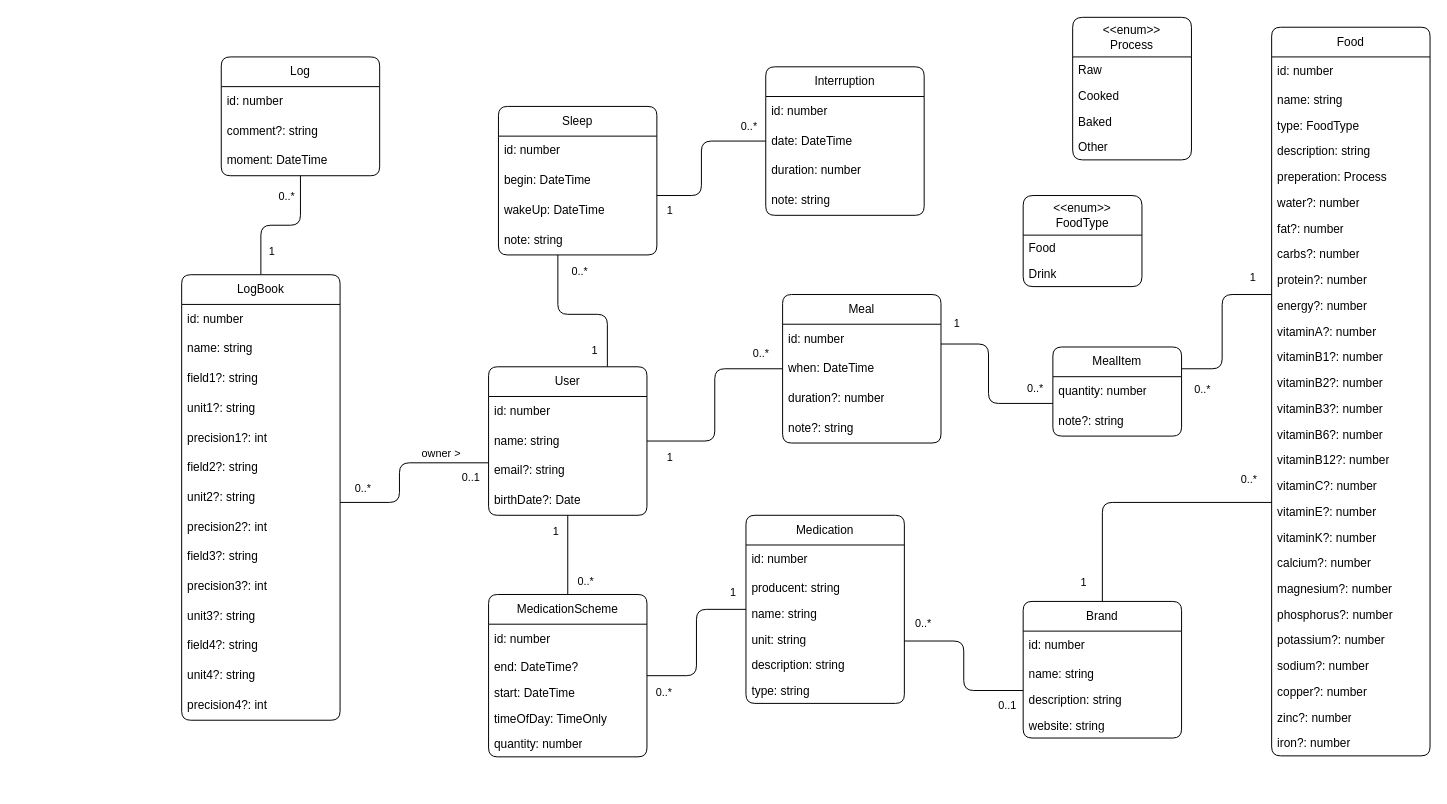
Before: page "Domain" (1 of 3) of doc/medikojs.drawio in rafalhogent/medikoJs, a draw.io diagram. Source tidied: cells renumbered, new cells numbered last; positions are measured from the earlier drawing's top-left corner, leaving out a move shared by most shapes. Both pictures are drawn from the tidied source at 99%, with x=0, y=0 at pixel (181, 17).
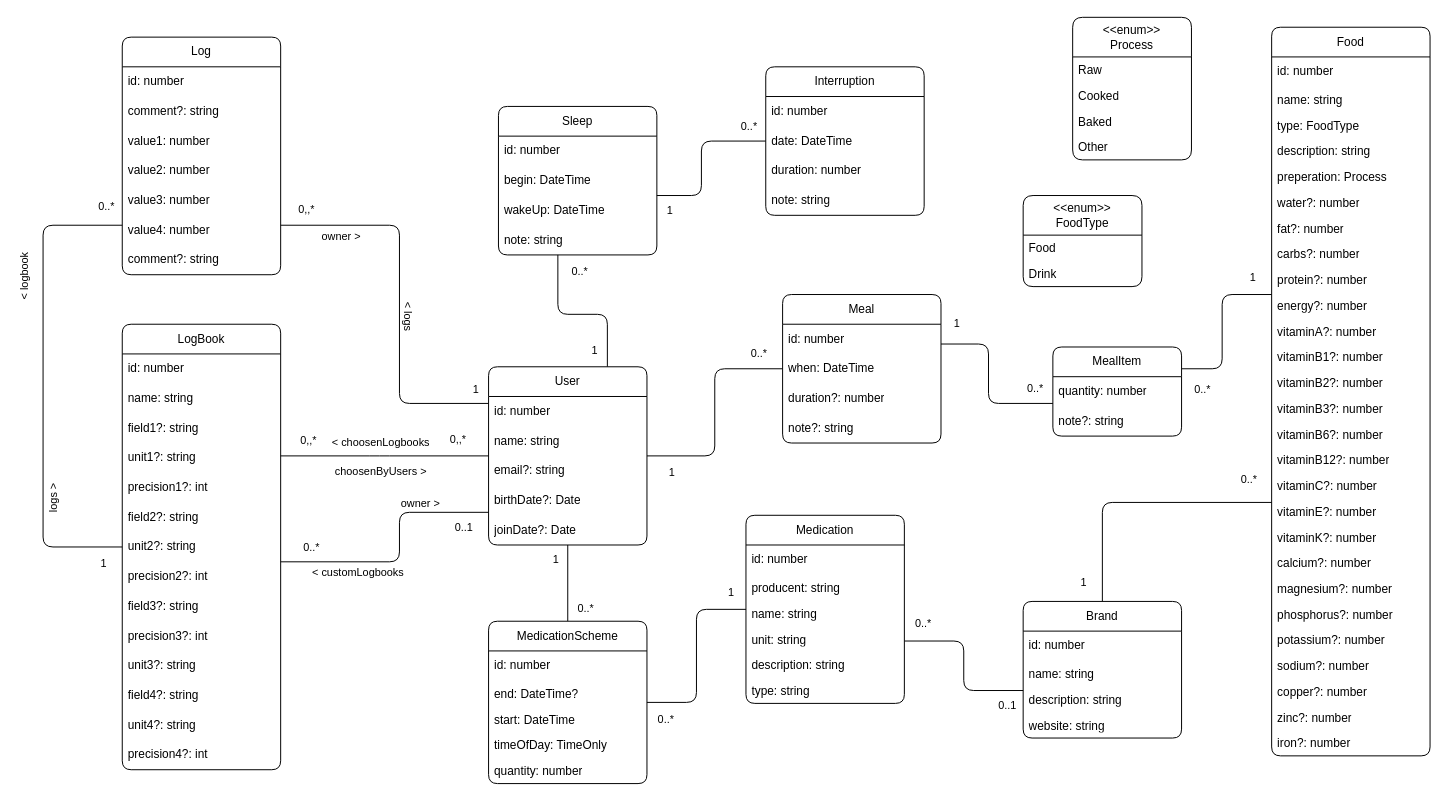
The same diagram, later.

What changed in the source:
```diff
@@
     <mxCell id="2" style="edgeStyle=orthogonalEdgeStyle;rounded=1;jettySize=auto;html=1;endArrow=none;startArrow=none;startFill=0;endFill=0;endSize=10;startSize=10;" parent="1" edge="1" source="15" target="23">
       <mxGeometry relative="1" as="geometry">
         <Array as="points">
-          <mxPoint x="220" y="450" />
-          <mxPoint x="220" y="490" />
+          <mxPoint x="220" y="500" />
+          <mxPoint x="220" y="550" />
         </Array>
       </mxGeometry>
     </mxCell>
@@
+    <mxCell id="132" value="&amp;lt; customLogbooks" style="edgeLabel;html=1;align=center;verticalAlign=middle;" parent="2" vertex="1">
+      <mxGeometry x="0.41" y="-1" relative="1" as="geometry">
+        <mxPoint y="11" as="offset" />
+      </mxGeometry>
+    </mxCell>
@@
     <mxCell id="15" value="User" style="swimlane;fontStyle=0;horizontal=1;startSize=30;whiteSpace=wrap;html=1;arcSize=10;comic=0;rounded=1;" parent="1" vertex="1">
-      <mxGeometry x="310" y="353" width="160" height="150" as="geometry" />
+      <mxGeometry x="310" y="353" width="160" height="180" as="geometry" />
     </mxCell>
@@
+    <mxCell id="133" value="joinDate?: Date" style="text;strokeColor=none;fillColor=none;align=left;verticalAlign=middle;spacingLeft=4;spacingRight=4;overflow=hidden;whiteSpace=wrap;html=1;" parent="15" vertex="1">
+      <mxGeometry y="150" width="160" height="30" as="geometry" />
+    </mxCell>
     <mxCell id="20" style="edgeStyle=orthogonalEdgeStyle;rounded=1;jettySize=auto;html=1;startArrow=none;startFill=0;endArrow=none;endFill=0;endSize=10;startSize=10;" parent="1" edge="1" source="23" target="38">
-      <mxGeometry relative="1" as="geometry" />
+      <mxGeometry relative="1" as="geometry">
+        <Array as="points">
+          <mxPoint x="-140" y="535" />
+          <mxPoint x="-140" y="210" />
+        </Array>
+      </mxGeometry>
     </mxCell>
     <mxCell id="21" value="1" style="edgeLabel;html=1;align=center;verticalAlign=middle;" parent="20" vertex="1">
       <mxGeometry x="-0.66" y="3" relative="1" as="geometry">
-        <mxPoint x="13" as="offset" />
+        <mxPoint x="63" y="18" as="offset" />
       </mxGeometry>
     </mxCell>
     <mxCell id="22" value="0..*" style="edgeLabel;html=1;align=center;verticalAlign=middle;" parent="20" vertex="1">
       <mxGeometry x="0.69" y="2" relative="1" as="geometry">
-        <mxPoint x="-13" y="-2" as="offset" />
+        <mxPoint x="58" y="-18" as="offset" />
       </mxGeometry>
     </mxCell>
+    <mxCell id="134" value="logs &amp;gt;" style="edgeLabel;html=1;align=center;verticalAlign=middle;rotation=-90;" parent="20" vertex="1">
+      <mxGeometry x="0.58" y="-2" relative="1" as="geometry">
+        <mxPoint x="8" y="255" as="offset" />
+      </mxGeometry>
+    </mxCell>
+    <mxCell id="135" value="&amp;lt; logbook" style="edgeLabel;html=1;align=center;verticalAlign=middle;rotation=-90;" parent="20" vertex="1">
+      <mxGeometry x="-0.52" y="2" relative="1" as="geometry">
+        <mxPoint x="-18" y="-236" as="offset" />
+      </mxGeometry>
+    </mxCell>
     <mxCell id="23" value="LogBook" style="swimlane;fontStyle=0;horizontal=1;startSize=30;whiteSpace=wrap;html=1;arcSize=10;comic=0;rounded=1;swimlaneLine=1;portConstraintRotation=0;" parent="1" vertex="1">
-      <mxGeometry y="260" width="160" height="450" as="geometry" />
+      <mxGeometry x="-60" y="310" width="160" height="450" as="geometry" />
     </mxCell>
@@
+    <mxCell id="136" style="edgeStyle=orthogonalEdgeStyle;rounded=1;jettySize=auto;html=1;strokeColor=default;align=center;verticalAlign=middle;fontFamily=Helvetica;fontSize=11;fontColor=default;labelBackgroundColor=default;startArrow=none;startFill=0;startSize=10;endArrow=none;endFill=0;endSize=10;" parent="1" edge="1" source="38" target="15">
+      <mxGeometry relative="1" as="geometry">
+        <Array as="points">
+          <mxPoint x="220" y="210" />
+          <mxPoint x="220" y="390" />
+        </Array>
+      </mxGeometry>
+    </mxCell>
+    <mxCell id="137" value="1" style="edgeLabel;html=1;align=center;verticalAlign=middle;" parent="136" vertex="1">
+      <mxGeometry x="0.79" y="-2" relative="1" as="geometry">
+        <mxPoint x="27" y="-17" as="offset" />
+      </mxGeometry>
+    </mxCell>
+    <mxCell id="138" value="0,,*" style="edgeLabel;html=1;align=center;verticalAlign=middle;" parent="136" vertex="1">
+      <mxGeometry x="-0.81" relative="1" as="geometry">
+        <mxPoint x="-12" y="-17" as="offset" />
+      </mxGeometry>
+    </mxCell>
+    <mxCell id="139" value="owner &amp;gt;" style="edgeLabel;html=1;align=center;verticalAlign=middle;rotation=0;" parent="136" vertex="1">
+      <mxGeometry x="-0.01" y="-1" relative="1" as="geometry">
+        <mxPoint x="-59" y="-63" as="offset" />
+      </mxGeometry>
+    </mxCell>
+    <mxCell id="140" value="&amp;lt; logs" style="edgeLabel;html=1;align=center;verticalAlign=middle;rotation=90;" parent="136" vertex="1">
+      <mxGeometry x="-0.13" relative="1" as="geometry">
+        <mxPoint x="10" y="41" as="offset" />
+      </mxGeometry>
+    </mxCell>
     <mxCell id="38" value="Log" style="swimlane;fontStyle=0;horizontal=1;startSize=30;whiteSpace=wrap;html=1;arcSize=10;comic=0;rounded=1;" parent="1" vertex="1">
-      <mxGeometry x="40" y="40" width="160" height="120" as="geometry" />
+      <mxGeometry x="-60" y="20" width="160" height="240" as="geometry" />
     </mxCell>
@@
-    <mxCell id="41" value="moment: DateTime" style="text;strokeColor=none;fillColor=none;align=left;verticalAlign=middle;spacingLeft=4;spacingRight=4;overflow=hidden;whiteSpace=wrap;html=1;" parent="38" vertex="1">
+    <mxCell id="41" value="value1: number" style="text;strokeColor=none;fillColor=none;align=left;verticalAlign=middle;spacingLeft=4;spacingRight=4;overflow=hidden;whiteSpace=wrap;html=1;" parent="38" vertex="1">
       <mxGeometry y="90" width="160" height="30" as="geometry" />
     </mxCell>
+    <mxCell id="141" value="value2: number" style="text;strokeColor=none;fillColor=none;align=left;verticalAlign=middle;spacingLeft=4;spacingRight=4;overflow=hidden;whiteSpace=wrap;html=1;" parent="38" vertex="1">
+      <mxGeometry y="120" width="160" height="30" as="geometry" />
+    </mxCell>
+    <mxCell id="142" value="value3: number" style="text;strokeColor=none;fillColor=none;align=left;verticalAlign=middle;spacingLeft=4;spacingRight=4;overflow=hidden;whiteSpace=wrap;html=1;" parent="38" vertex="1">
+      <mxGeometry y="150" width="160" height="30" as="geometry" />
+    </mxCell>
+    <mxCell id="143" value="value4: number" style="text;strokeColor=none;fillColor=none;align=left;verticalAlign=middle;spacingLeft=4;spacingRight=4;overflow=hidden;whiteSpace=wrap;html=1;" parent="38" vertex="1">
+      <mxGeometry y="180" width="160" height="30" as="geometry" />
+    </mxCell>
+    <mxCell id="144" value="comment?: string" style="text;strokeColor=none;fillColor=none;align=left;verticalAlign=middle;spacingLeft=4;spacingRight=4;overflow=hidden;whiteSpace=wrap;html=1;" parent="38" vertex="1">
+      <mxGeometry y="210" width="160" height="30" as="geometry" />
+    </mxCell>
@@
     <mxCell id="45" value="MedicationScheme" style="swimlane;fontStyle=0;horizontal=1;startSize=30;whiteSpace=wrap;html=1;arcSize=10;comic=0;rounded=1;" parent="1" vertex="1">
-      <mxGeometry x="310" y="583" width="160" height="164" as="geometry" />
+      <mxGeometry x="310" y="610" width="160" height="164" as="geometry" />
     </mxCell>
@@
+    <mxCell id="145" style="edgeStyle=orthogonalEdgeStyle;rounded=1;jettySize=auto;html=1;endArrow=none;endFill=0;strokeColor=default;align=center;verticalAlign=middle;fontFamily=Helvetica;fontSize=11;fontColor=default;labelBackgroundColor=default;startArrow=none;startFill=0;startSize=10;endSize=10;" parent="1" edge="1" source="23" target="15">
+      <mxGeometry relative="1" as="geometry">
+        <Array as="points">
+          <mxPoint x="200" y="443" />
+          <mxPoint x="200" y="443" />
+        </Array>
+      </mxGeometry>
+    </mxCell>
+    <mxCell id="146" value="0,,*" style="edgeLabel;html=1;align=center;verticalAlign=middle;rounded=1;strokeColor=default;fontFamily=Helvetica;fontSize=11;fontColor=default;labelBackgroundColor=default;" parent="145" vertex="1">
+      <mxGeometry x="0.59" y="-1" relative="1" as="geometry">
+        <mxPoint x="11" y="-19" as="offset" />
+      </mxGeometry>
+    </mxCell>
+    <mxCell id="147" value="0,,*" style="edgeLabel;html=1;align=center;verticalAlign=middle;rounded=1;strokeColor=default;fontFamily=Helvetica;fontSize=11;fontColor=default;labelBackgroundColor=default;" parent="145" vertex="1">
+      <mxGeometry x="-0.74" y="-2" relative="1" as="geometry">
+        <mxPoint y="-19" as="offset" />
+      </mxGeometry>
+    </mxCell>
+    <mxCell id="148" value="choosenByUsers &amp;gt;" style="edgeLabel;html=1;align=center;verticalAlign=middle;rounded=1;strokeColor=default;fontFamily=Helvetica;fontSize=11;fontColor=default;labelBackgroundColor=default;" parent="145" vertex="1">
+      <mxGeometry x="-0.07" y="-2" relative="1" as="geometry">
+        <mxPoint x="2" y="13" as="offset" />
+      </mxGeometry>
+    </mxCell>
+    <mxCell id="149" value="&amp;lt; choosenLogbooks" style="edgeLabel;html=1;align=center;verticalAlign=middle;rounded=1;strokeColor=default;fontFamily=Helvetica;fontSize=11;fontColor=default;labelBackgroundColor=default;" parent="145" vertex="1">
+      <mxGeometry x="-0.09" relative="1" as="geometry">
+        <mxPoint x="4" y="-15" as="offset" />
+      </mxGeometry>
+    </mxCell>
```
